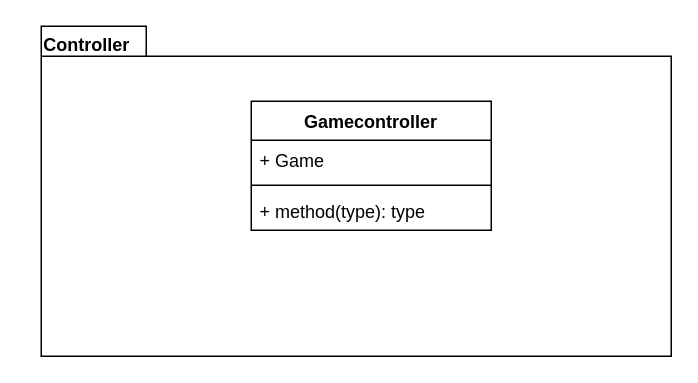
Earlier version of the draw.io diagram page "ServerController" (6 of 10) of Deliveries/UML.drawio (EliaDallanoce432/IS24-LB08). Source tidied: cells renumbered, new cells numbered last; positions are measured from the earlier drawing's top-left corner, leaving out a move shared by most shapes. Both pictures are drawn from the tidied source at 150%, with x=0, y=0 at pixel (26, 26).
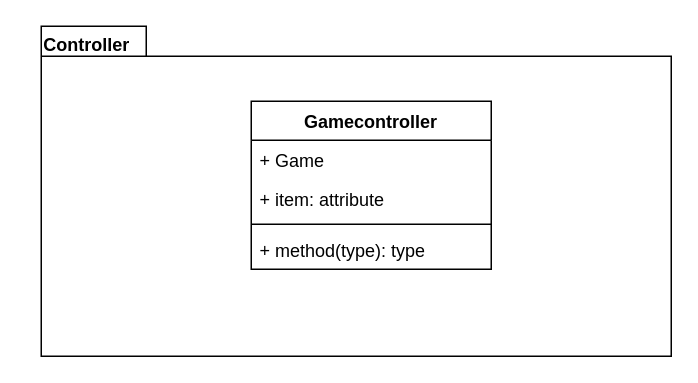
The same diagram, later.

Diff of the diagram source:
```diff
@@
 <mxGraphModel>
   <root>
     <mxCell id="0" />
     <mxCell id="1" parent="0" />
     <mxCell id="2" style="shape=folder;fontStyle=1;spacingTop=10;tabWidth=70;tabHeight=20;tabPosition=left;html=1;whiteSpace=wrap;" parent="1" vertex="1">
       <mxGeometry x="10" width="420" height="220" as="geometry" />
     </mxCell>
     <mxCell id="3" value="Gamecontroller&lt;div&gt;&lt;br&gt;&lt;/div&gt;" style="swimlane;fontStyle=1;align=center;verticalAlign=top;horizontal=1;startSize=26;whiteSpace=wrap;html=1;" parent="1" vertex="1">
-      <mxGeometry x="150" y="50" width="160" height="86" as="geometry" />
+      <mxGeometry x="150" y="50" width="160" height="112" as="geometry" />
     </mxCell>
     <mxCell id="4" value="+ Game" style="text;strokeColor=none;fillColor=none;align=left;verticalAlign=top;spacingLeft=4;spacingRight=4;overflow=hidden;whiteSpace=wrap;html=1;" parent="3" vertex="1">
       <mxGeometry y="26" width="160" height="26" as="geometry" />
     </mxCell>
+    <mxCell id="8" value="+ item: attribute" style="text;strokeColor=none;fillColor=none;align=left;verticalAlign=top;spacingLeft=4;spacingRight=4;overflow=hidden;whiteSpace=wrap;html=1;" parent="3" vertex="1">
+      <mxGeometry y="52" width="160" height="26" as="geometry" />
+    </mxCell>
     <mxCell id="5" style="line;strokeWidth=1;fillColor=none;align=left;verticalAlign=middle;spacingTop=-1;spacingLeft=3;spacingRight=3;labelPosition=right;strokeColor=inherit;" parent="3" vertex="1">
-      <mxGeometry y="52" width="160" height="8" as="geometry" />
+      <mxGeometry y="78" width="160" height="8" as="geometry" />
     </mxCell>
     <mxCell id="6" value="+ method(type): type" style="text;strokeColor=none;fillColor=none;align=left;verticalAlign=top;spacingLeft=4;spacingRight=4;overflow=hidden;whiteSpace=wrap;html=1;" parent="3" vertex="1">
-      <mxGeometry y="60" width="160" height="26" as="geometry" />
+      <mxGeometry y="86" width="160" height="26" as="geometry" />
     </mxCell>
     <mxCell id="7" value="Controller" style="text;align=center;fontStyle=1;verticalAlign=middle;spacingLeft=3;spacingRight=3;strokeColor=none;html=1;" parent="1" vertex="1">
       <mxGeometry width="80" height="26" as="geometry" />
     </mxCell>
   </root>
 </mxGraphModel>
```
